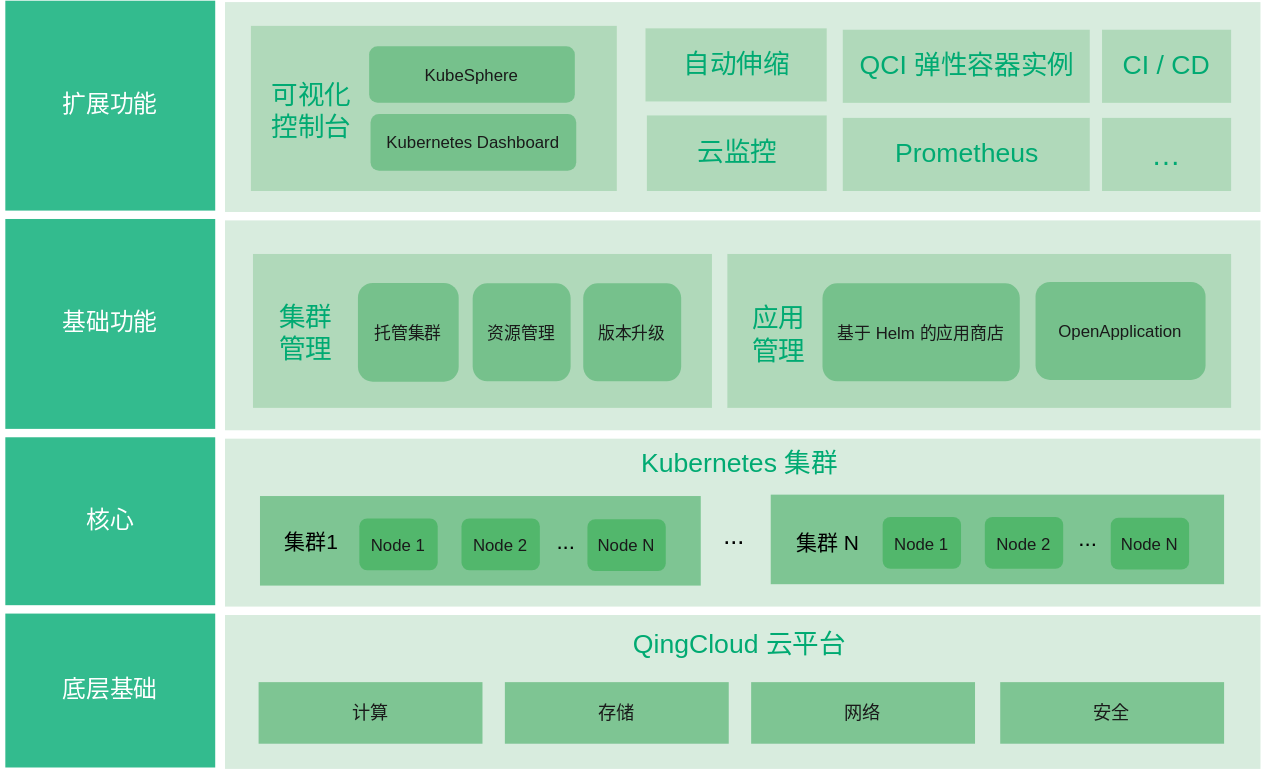
The draw.io diagram content/container/qke_plus/_images/qke_structure.svg in yunify/qingcloud-docs, before a commit. Source tidied: cells renumbered, new cells last; positions are measured from the earlier drawing's top-left corner, leaving out a move shared by most shapes.
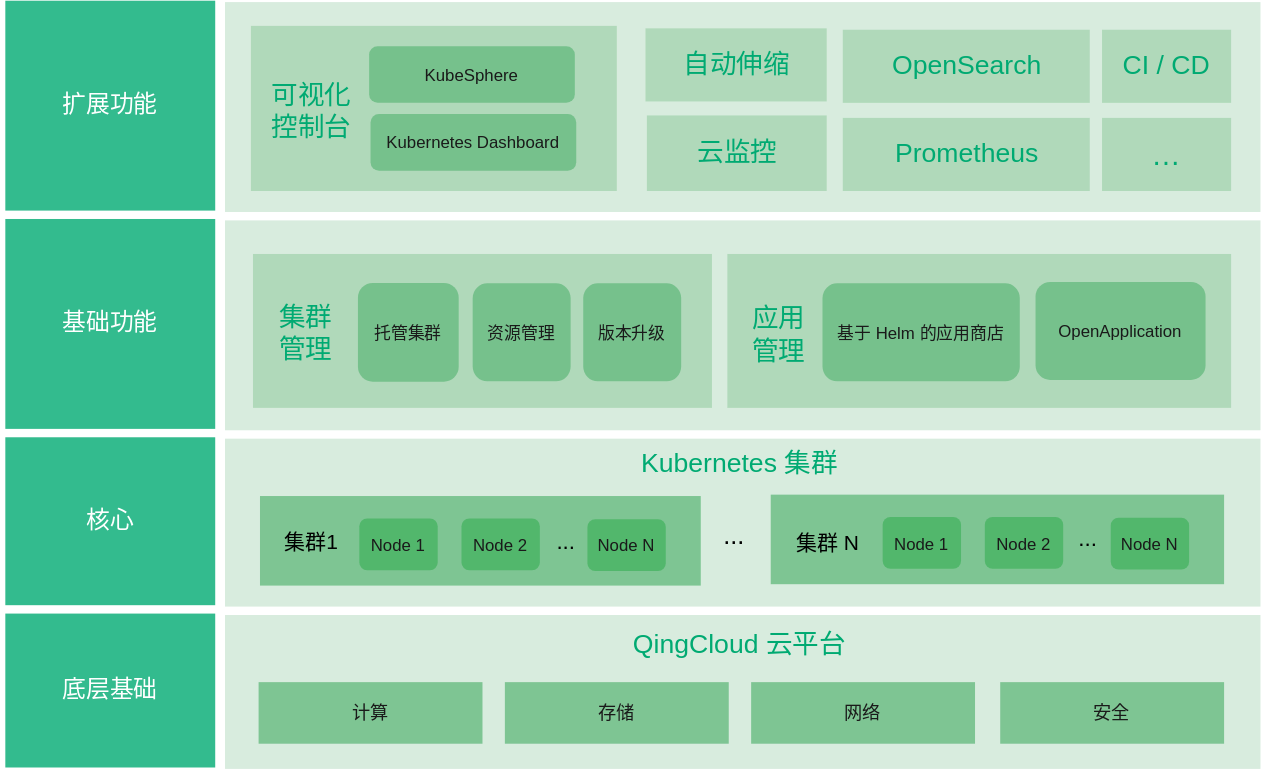
Later version of the same file.

Diff of the diagram source:
```diff
@@ -140,7 +140,7 @@
     <mxCell id="47" value="&lt;font color=&quot;#00aa72&quot;&gt;&lt;span style=&quot;font-size: 19px&quot;&gt;云监控&lt;/span&gt;&lt;/font&gt;" style="text;html=1;strokeColor=none;fillColor=#89C898;align=center;verticalAlign=middle;whiteSpace=wrap;rounded=0;dashed=1;fontSize=13;fontColor=#ffffff;opacity=50;" parent="40" vertex="1">
       <mxGeometry x="301.5" y="82" width="128.5" height="54" as="geometry" />
     </mxCell>
-    <mxCell id="48" value="&lt;font color=&quot;#00aa72&quot;&gt;&lt;span style=&quot;font-size: 19px&quot;&gt;QCI 弹性容器实例&lt;/span&gt;&lt;/font&gt;" style="text;html=1;strokeColor=none;fillColor=#89C898;align=center;verticalAlign=middle;whiteSpace=wrap;rounded=0;dashed=1;fontSize=13;fontColor=#ffffff;opacity=50;" parent="40" vertex="1">
+    <mxCell id="48" value="&lt;font color=&quot;#00aa72&quot;&gt;&lt;span style=&quot;font-size: 19px;&quot;&gt;OpenSearch&lt;/span&gt;&lt;/font&gt;" style="text;html=1;strokeColor=none;fillColor=#89C898;align=center;verticalAlign=middle;whiteSpace=wrap;rounded=0;dashed=1;fontSize=13;fontColor=#ffffff;opacity=50;" parent="40" vertex="1">
       <mxGeometry x="441.5" y="20.8" width="176.5" height="52.2" as="geometry" />
     </mxCell>
     <mxCell id="49" value="&lt;font color=&quot;#00aa72&quot;&gt;&lt;span style=&quot;font-size: 19px&quot;&gt;Prometheus&lt;/span&gt;&lt;/font&gt;" style="text;html=1;strokeColor=none;fillColor=#89C898;align=center;verticalAlign=middle;whiteSpace=wrap;rounded=0;dashed=1;fontSize=13;fontColor=#ffffff;opacity=50;" parent="40" vertex="1">
```
